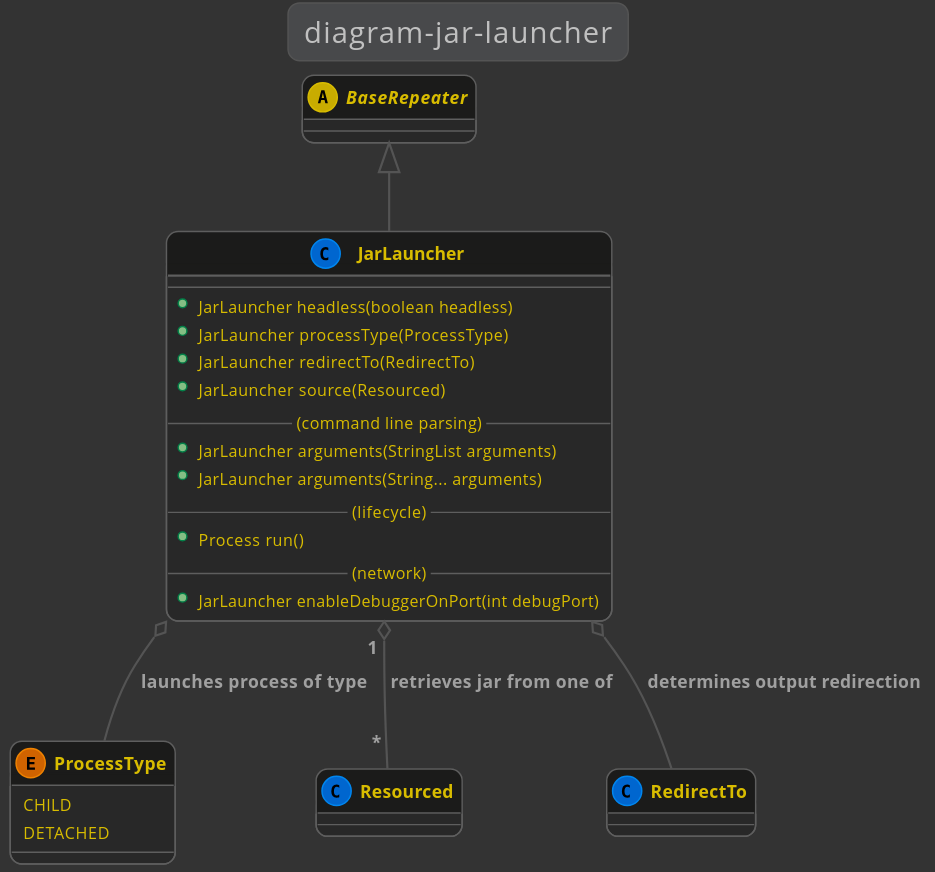
Earlier version of the PlantUML export kivakit-core/resource/documentation/diagrams/diagram-jar-launcher.svg (Telenav/kivakit). Its diagram source:
```plantuml
@startuml

    !include ../lexakai/lexakai.theme

    title "diagram-jar-launcher"

    abstract BaseRepeater

    BaseRepeater <|-- JarLauncher
    JarLauncher o-- JarLauncher.ProcessType : "launches process of type"
    JarLauncher "1" o-- "*" Resourced : "retrieves jar from one of"
    JarLauncher o-- JarLauncher.RedirectTo : "determines output redirection"
    class JarLauncher
    {
        --
        +JarLauncher headless(boolean headless)
        +JarLauncher processType(ProcessType)
        +JarLauncher redirectTo(RedirectTo)
        +JarLauncher source(Resourced)
        --(command line parsing)--
        +JarLauncher arguments(StringList arguments)
        +JarLauncher arguments(String... arguments)
        --(lifecycle)--
        +Process run()
        --(network)--
        +JarLauncher enableDebuggerOnPort(int debugPort)
    }

    enum JarLauncher.ProcessType
    {
        CHILD
        DETACHED
    }

@enduml
```
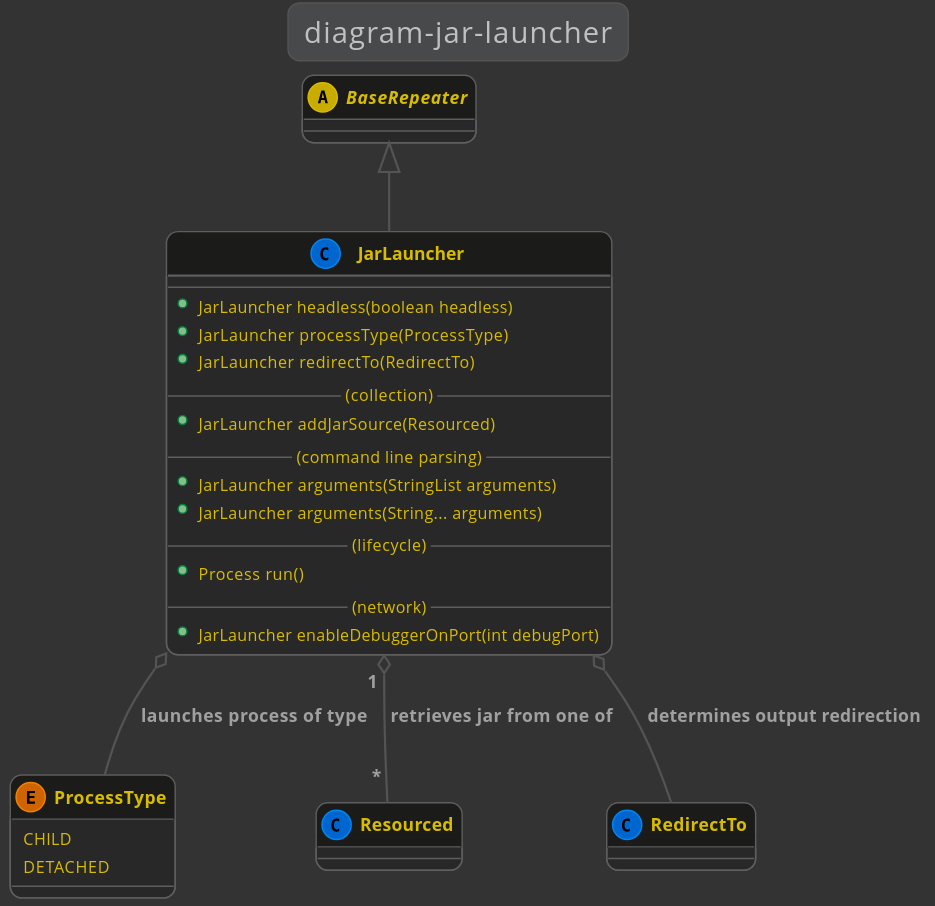
Later version of the same file.

What changed in the source:
```diff
@@ -16,7 +16,8 @@
         +JarLauncher headless(boolean headless)
         +JarLauncher processType(ProcessType)
         +JarLauncher redirectTo(RedirectTo)
-        +JarLauncher source(Resourced)
+        --(collection)--
+        +JarLauncher addJarSource(Resourced)
         --(command line parsing)--
         +JarLauncher arguments(StringList arguments)
         +JarLauncher arguments(String... arguments)
```
